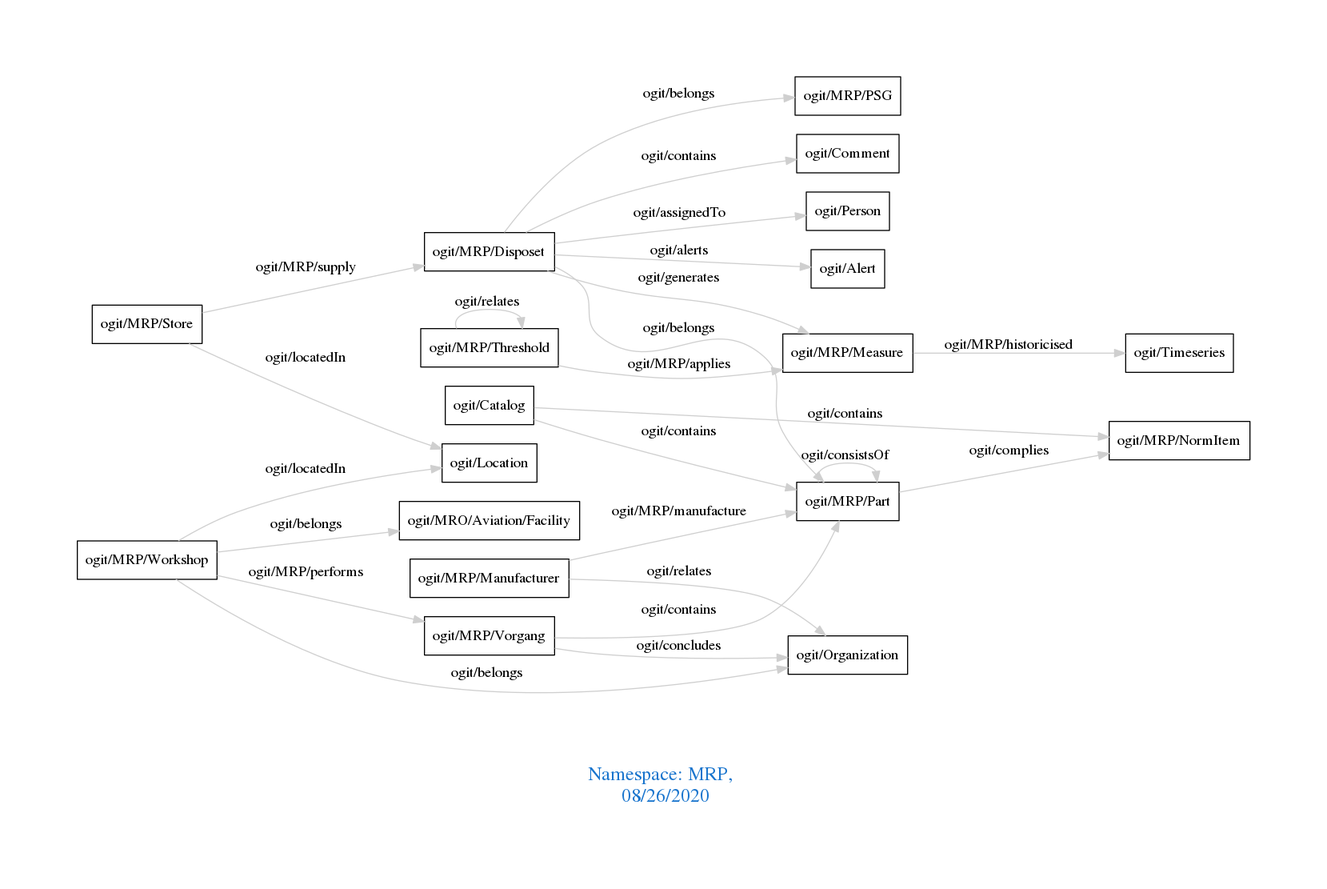
Above: downloads/MRP.png in arago/OGIT (Graphviz), before the change. Its source is kept beside it as downloads/MRP.dot.
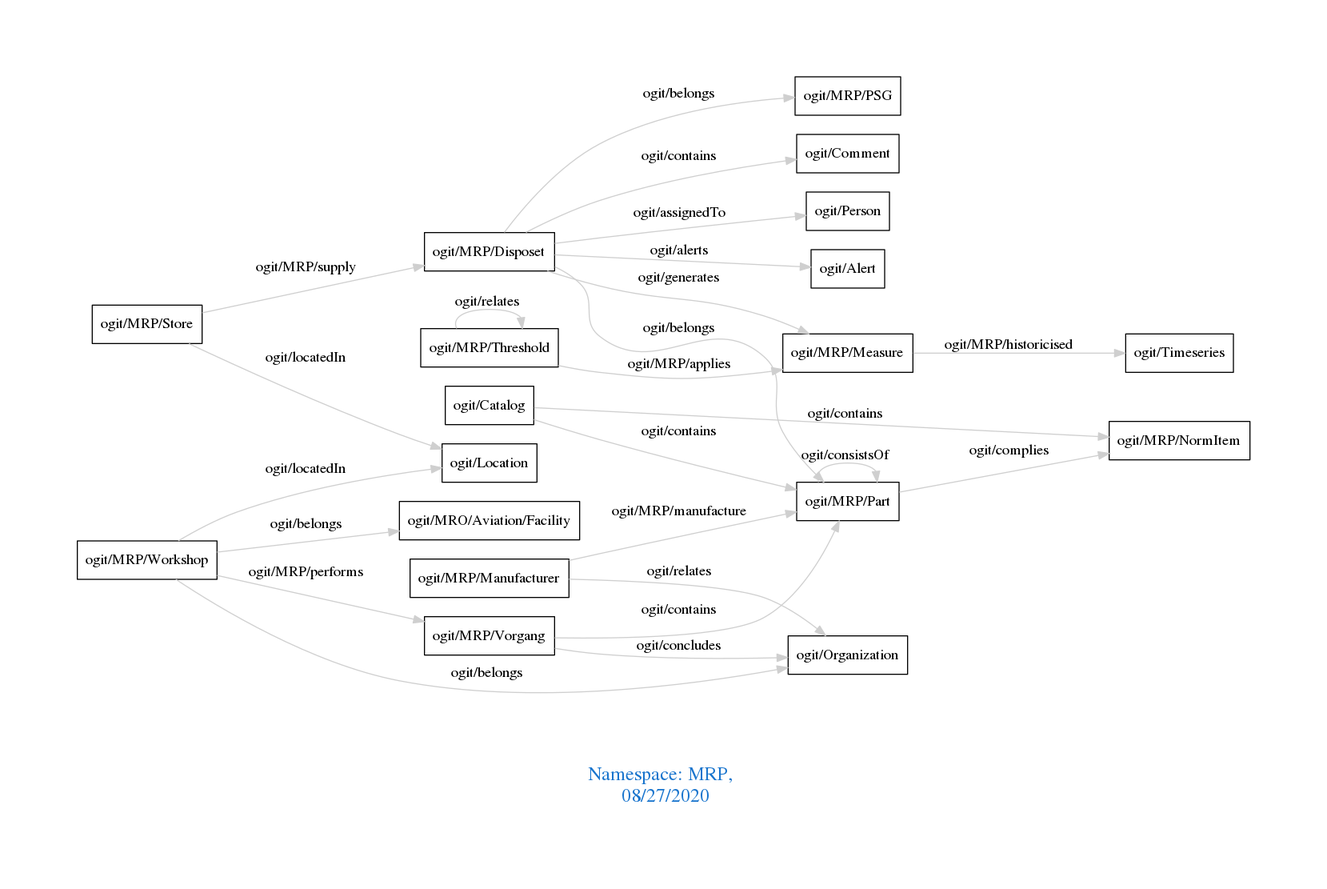
The same file after the commit.

What changed in the source:
```diff
@@ -1,7 +1,7 @@
 digraph OGIT_ontology {
  graph [ rankdir= LR,pad=1
 fontsize = 18,
-fontcolor= dodgerblue3,label = "\n\n\nNamespace: MRP, \n 08/26/2020"];
+fontcolor= dodgerblue3,label = "\n\n\nNamespace: MRP, \n 08/27/2020"];
 node[shape=polygon];
 edge [  color="gray81"];
 
```
